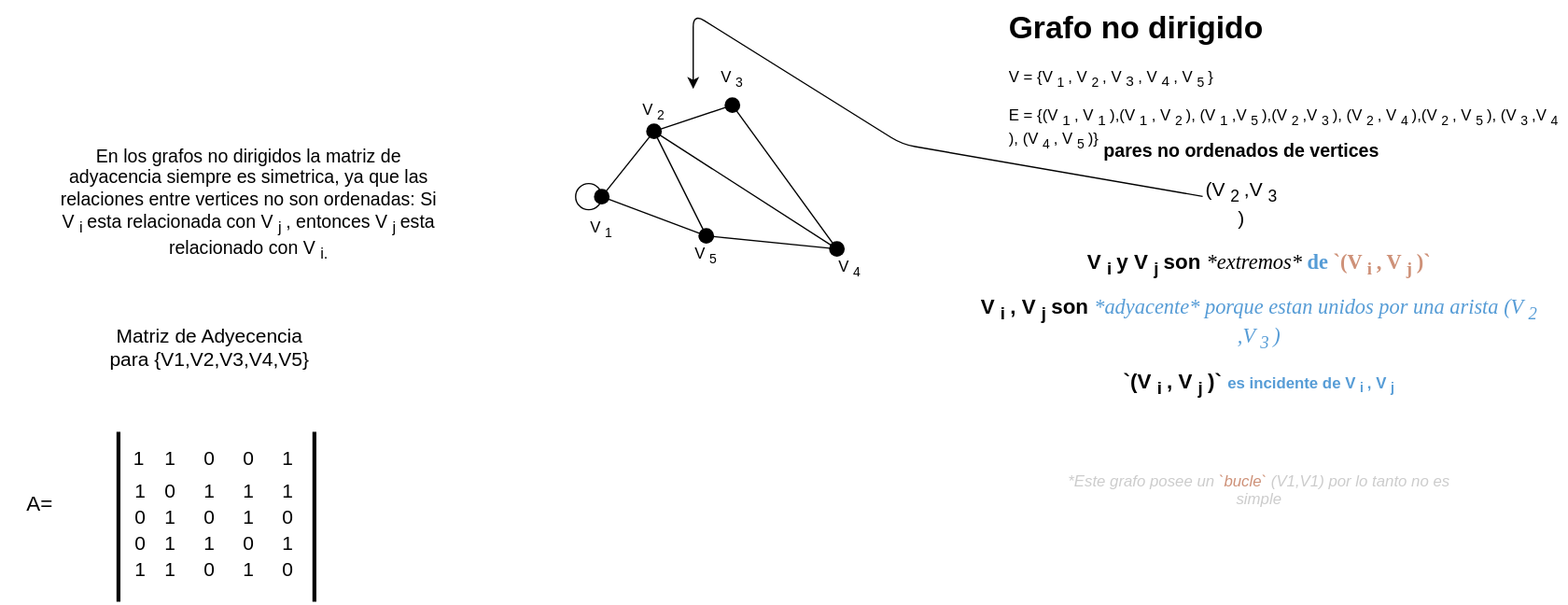
Above: Estructura-de-datos/Grafos/Grafo-nodir.drawio.svg in Nordcode-cyber/Algoritmos-Estructdatos (draw.io), before the change. Source tidied: cells renumbered, new cells last; positions are measured from the earlier drawing's top-left corner, leaving out a move shared by most shapes.
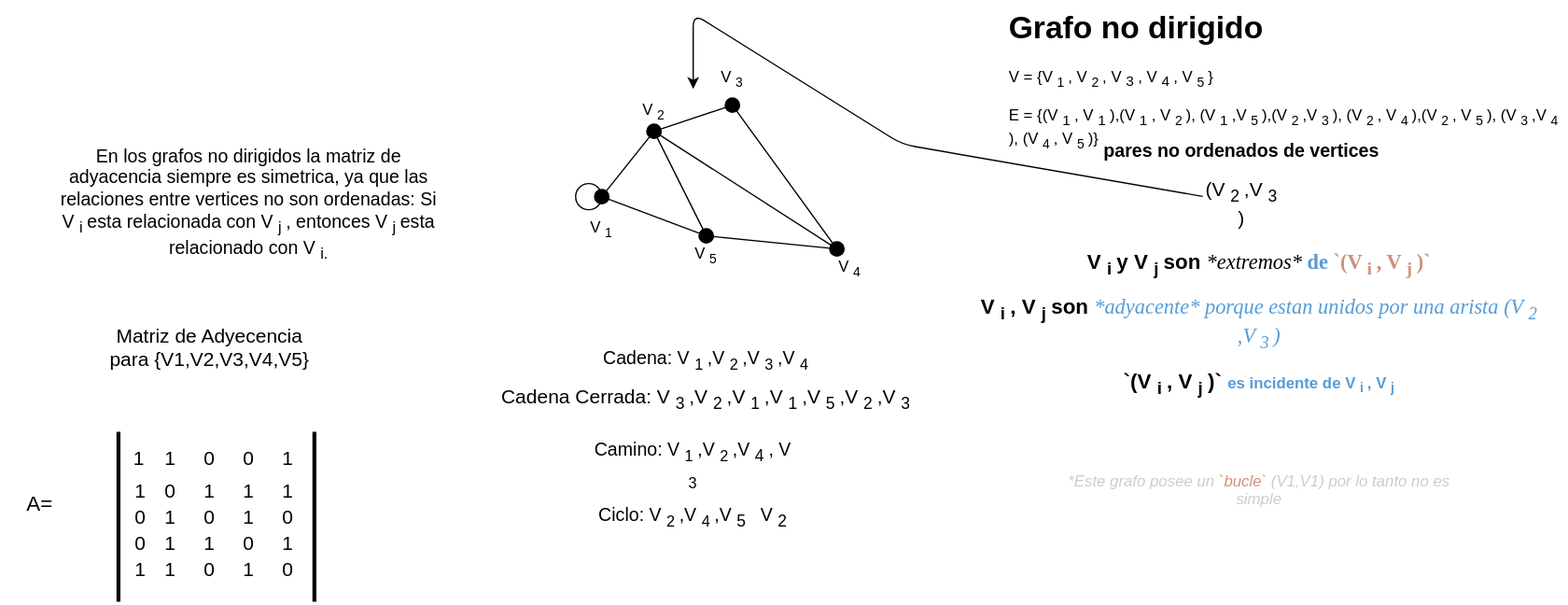
The same file after the commit.

The edit, as a diff of the source:
```diff
@@ -174,5 +174,17 @@
     <mxCell id="54" value="&lt;font style=&quot;font-size: 16px; color: light-dark(rgb(0, 0, 0), rgb(255, 0, 0));&quot;&gt;A=&lt;/font&gt;" style="text;html=1;align=center;verticalAlign=middle;whiteSpace=wrap;rounded=0;" parent="1" vertex="1">
       <mxGeometry y="370" width="60" height="30" as="geometry" />
     </mxCell>
+    <mxCell id="55" value="&lt;font style=&quot;font-size: 14px; color: light-dark(rgb(0, 0, 0), rgb(0, 255, 128));&quot;&gt;Cadena: V&lt;sub&gt;1&lt;/sub&gt;,V&lt;sub&gt;2&lt;/sub&gt;,V&lt;sub&gt;3&lt;/sub&gt;,V&lt;sub&gt;4&lt;/sub&gt;&lt;/font&gt;" style="text;html=1;align=center;verticalAlign=middle;whiteSpace=wrap;rounded=0;" parent="1" vertex="1">
+      <mxGeometry x="460" y="260" width="160" height="30" as="geometry" />
+    </mxCell>
+    <mxCell id="56" value="&lt;font style=&quot;color: light-dark(rgb(0, 0, 0), rgb(0, 255, 128)); font-size: 15px;&quot;&gt;Cadena Cerrada: V&lt;sub&gt;3&lt;/sub&gt;,V&lt;sub&gt;2&lt;/sub&gt;,V&lt;sub&gt;1&lt;/sub&gt;,V&lt;sub&gt;1&lt;/sub&gt;,V&lt;sub&gt;5&lt;/sub&gt;,V&lt;sub&gt;2&lt;/sub&gt;,V&lt;sub&gt;3&lt;/sub&gt;&lt;/font&gt;" style="text;html=1;align=center;verticalAlign=middle;whiteSpace=wrap;rounded=0;" parent="1" vertex="1">
+      <mxGeometry x="380" y="290" width="320" height="30" as="geometry" />
+    </mxCell>
+    <mxCell id="57" value="&lt;font style=&quot;font-size: 14px; color: light-dark(rgb(0, 0, 0), rgb(0, 255, 128));&quot;&gt;Camino: V&lt;sub&gt;1&lt;/sub&gt;,V&lt;sub&gt;2&lt;/sub&gt;,V&lt;/font&gt;&lt;font style=&quot;&quot;&gt;&lt;font style=&quot;font-size: 15px;&quot;&gt;&lt;sub&gt;4&lt;/sub&gt;&lt;/font&gt;&lt;span style=&quot;font-size: 14px;&quot;&gt;&lt;font style=&quot;color: light-dark(rgb(0, 0, 0), rgb(0, 255, 128));&quot;&gt;,&lt;font style=&quot;color: light-dark(rgb(0, 0, 0), rgb(0, 255, 128));&quot;&gt;V&lt;sub&gt;3&lt;/sub&gt;&lt;/font&gt;&lt;/font&gt;&lt;/span&gt;&lt;/font&gt;" style="text;html=1;align=center;verticalAlign=middle;whiteSpace=wrap;rounded=0;" parent="1" vertex="1">
+      <mxGeometry x="450" y="340" width="160" height="30" as="geometry" />
+    </mxCell>
+    <mxCell id="58" value="&lt;font style=&quot;font-size: 14px; color: light-dark(rgb(0, 0, 0), rgb(0, 255, 128));&quot;&gt;Ciclo: V&lt;sub&gt;2&lt;/sub&gt;,V&lt;sub&gt;4&lt;/sub&gt;,V&lt;/font&gt;&lt;font style=&quot;font-size: 15px;&quot;&gt;&lt;sub style=&quot;&quot;&gt;5&lt;/sub&gt;&lt;/font&gt;&lt;font style=&quot;&quot;&gt;&lt;font style=&quot;&quot;&gt;&lt;font color=&quot;rgba(0, 0, 0, 0)&quot;&gt;&lt;span style=&quot;font-size: 14px;&quot;&gt;,&lt;/span&gt;&lt;/font&gt;&lt;font style=&quot;color: light-dark(rgb(0, 0, 0), rgb(0, 255, 128)); font-size: 14px;&quot;&gt;V&lt;/font&gt;&lt;font style=&quot;font-size: 15px;&quot;&gt;&lt;sub&gt;2&lt;/sub&gt;&lt;/font&gt;&lt;/font&gt;&lt;/font&gt;" style="text;html=1;align=center;verticalAlign=middle;whiteSpace=wrap;rounded=0;" parent="1" vertex="1">
+      <mxGeometry x="450" y="380" width="160" height="30" as="geometry" />
+    </mxCell>
   </root>
 </mxGraphModel>
```
